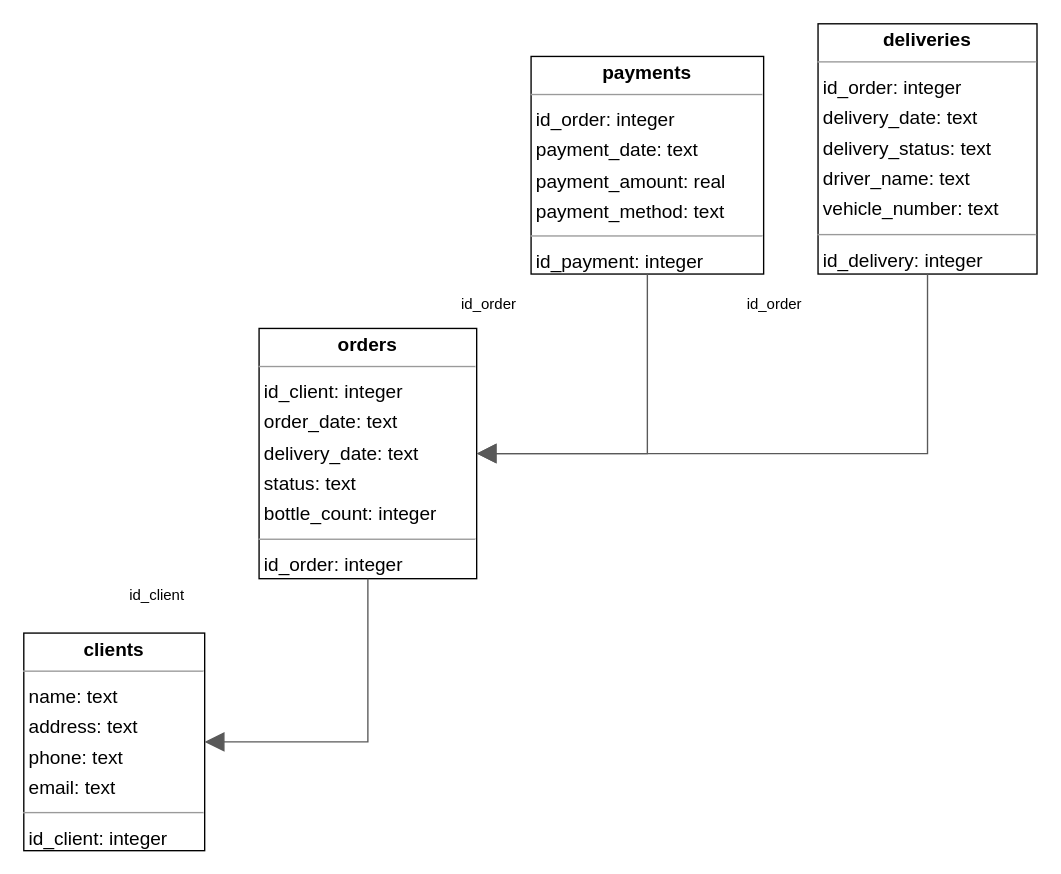
Earlier version of the draw.io diagram emil_datalogical_model.drawio (knorke102/schemes). Source tidied: cells renumbered, new cells numbered last; positions are measured from the earlier drawing's top-left corner, leaving out a move shared by most shapes. Both pictures are drawn from the tidied source at 136%, with x=0, y=0 at pixel (23, 23).
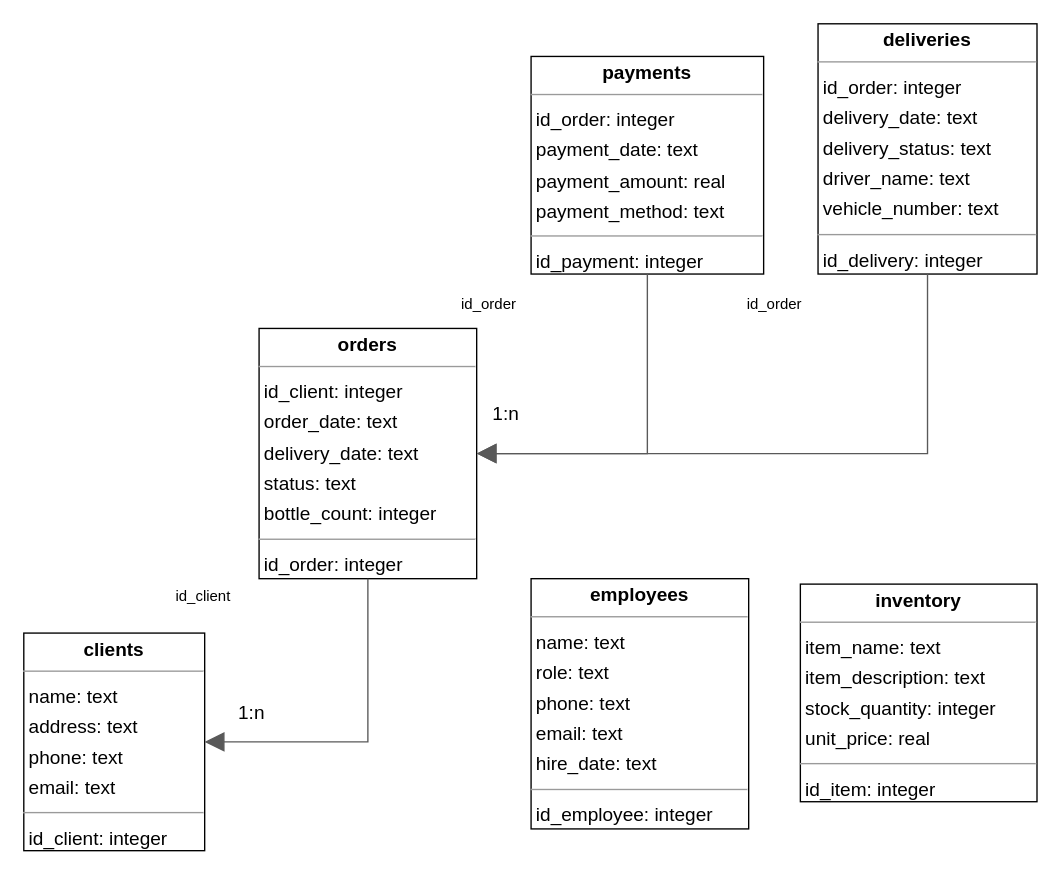
The same page after the edit.

Diff of the diagram source:
```diff
@@
 <mxGraphModel>
   <root>
     <mxCell id="0" />
     <mxCell id="1" parent="0" />
     <mxCell id="2" value="&lt;p style=&quot;margin:0px;margin-top:4px;text-align:center;&quot;&gt;&lt;b&gt;clients&lt;/b&gt;&lt;/p&gt;&lt;hr size=&quot;1&quot;/&gt;&lt;p style=&quot;margin:0 0 0 4px;line-height:1.6;&quot;&gt; name: text&lt;br/&gt; address: text&lt;br/&gt; phone: text&lt;br/&gt; email: text&lt;/p&gt;&lt;hr size=&quot;1&quot;/&gt;&lt;p style=&quot;margin:0 0 0 4px;line-height:1.6;&quot;&gt; id_client: integer&lt;/p&gt;" style="verticalAlign=top;align=left;overflow=fill;fontSize=14;fontFamily=Helvetica;html=1;rounded=0;shadow=0;comic=0;labelBackgroundColor=none;strokeWidth=1;" parent="1" vertex="1">
       <mxGeometry y="448" width="133" height="160" as="geometry" />
     </mxCell>
     <mxCell id="3" value="&lt;p style=&quot;margin:0px;margin-top:4px;text-align:center;&quot;&gt;&lt;b&gt;deliveries&lt;/b&gt;&lt;/p&gt;&lt;hr size=&quot;1&quot;/&gt;&lt;p style=&quot;margin:0 0 0 4px;line-height:1.6;&quot;&gt; id_order: integer&lt;br/&gt; delivery_date: text&lt;br/&gt; delivery_status: text&lt;br/&gt; driver_name: text&lt;br/&gt; vehicle_number: text&lt;/p&gt;&lt;hr size=&quot;1&quot;/&gt;&lt;p style=&quot;margin:0 0 0 4px;line-height:1.6;&quot;&gt; id_delivery: integer&lt;/p&gt;" style="verticalAlign=top;align=left;overflow=fill;fontSize=14;fontFamily=Helvetica;html=1;rounded=0;shadow=0;comic=0;labelBackgroundColor=none;strokeWidth=1;" parent="1" vertex="1">
       <mxGeometry x="584" width="161" height="184" as="geometry" />
     </mxCell>
     <mxCell id="4" value="&lt;p style=&quot;margin:0px;margin-top:4px;text-align:center;&quot;&gt;&lt;b&gt;orders&lt;/b&gt;&lt;/p&gt;&lt;hr size=&quot;1&quot;/&gt;&lt;p style=&quot;margin:0 0 0 4px;line-height:1.6;&quot;&gt; id_client: integer&lt;br/&gt; order_date: text&lt;br/&gt; delivery_date: text&lt;br/&gt; status: text&lt;br/&gt; bottle_count: integer&lt;/p&gt;&lt;hr size=&quot;1&quot;/&gt;&lt;p style=&quot;margin:0 0 0 4px;line-height:1.6;&quot;&gt; id_order: integer&lt;/p&gt;" style="verticalAlign=top;align=left;overflow=fill;fontSize=14;fontFamily=Helvetica;html=1;rounded=0;shadow=0;comic=0;labelBackgroundColor=none;strokeWidth=1;" parent="1" vertex="1">
       <mxGeometry x="173" y="224" width="160" height="184" as="geometry" />
     </mxCell>
     <mxCell id="5" value="&lt;p style=&quot;margin:0px;margin-top:4px;text-align:center;&quot;&gt;&lt;b&gt;payments&lt;/b&gt;&lt;/p&gt;&lt;hr size=&quot;1&quot;/&gt;&lt;p style=&quot;margin:0 0 0 4px;line-height:1.6;&quot;&gt; id_order: integer&lt;br/&gt; payment_date: text&lt;br/&gt; payment_amount: real&lt;br/&gt; payment_method: text&lt;/p&gt;&lt;hr size=&quot;1&quot;/&gt;&lt;p style=&quot;margin:0 0 0 4px;line-height:1.6;&quot;&gt; id_payment: integer&lt;/p&gt;" style="verticalAlign=top;align=left;overflow=fill;fontSize=14;fontFamily=Helvetica;html=1;rounded=0;shadow=0;comic=0;labelBackgroundColor=none;strokeWidth=1;" parent="1" vertex="1">
       <mxGeometry x="373" y="24" width="171" height="160" as="geometry" />
     </mxCell>
     <mxCell id="6" style="html=1;rounded=0;edgeStyle=orthogonalEdgeStyle;dashed=0;startArrow=none;endArrow=block;endSize=12;strokeColor=#595959;exitX=0.500;exitY=1.000;exitDx=0;exitDy=0;entryX=1.000;entryY=0.500;entryDx=0;entryDy=0;" parent="1" edge="1" source="3" target="4">
       <mxGeometry relative="1" as="geometry">
         <Array as="points">
           <mxPoint x="665" y="316" />
         </Array>
       </mxGeometry>
     </mxCell>
     <mxCell id="7" value="id_order" style="edgeLabel;html=1;align=left;verticalAlign=top;strokeColor=default;" parent="6" vertex="1">
       <mxGeometry x="530" y="193" as="geometry" />
     </mxCell>
     <mxCell id="8" style="html=1;rounded=0;edgeStyle=orthogonalEdgeStyle;dashed=0;startArrow=none;endArrow=block;endSize=12;strokeColor=#595959;exitX=0.500;exitY=1.000;exitDx=0;exitDy=0;entryX=1.000;entryY=0.500;entryDx=0;entryDy=0;" parent="1" edge="1" source="4" target="2">
       <mxGeometry relative="1" as="geometry">
         <Array as="points">
           <mxPoint x="253" y="528" />
         </Array>
       </mxGeometry>
     </mxCell>
     <mxCell id="9" value="id_client" style="edgeLabel;html=1;align=left;verticalAlign=top;strokeColor=default;" parent="8" vertex="1">
-      <mxGeometry x="76" y="407" as="geometry" />
+      <mxGeometry x="110" y="408" as="geometry" />
     </mxCell>
     <mxCell id="10" style="html=1;rounded=0;edgeStyle=orthogonalEdgeStyle;dashed=0;startArrow=none;endArrow=block;endSize=12;strokeColor=#595959;exitX=0.500;exitY=1.000;exitDx=0;exitDy=0;entryX=1.000;entryY=0.500;entryDx=0;entryDy=0;" parent="1" edge="1" source="5" target="4">
       <mxGeometry relative="1" as="geometry">
         <Array as="points">
           <mxPoint x="459" y="316" />
         </Array>
       </mxGeometry>
     </mxCell>
     <mxCell id="11" value="id_order" style="edgeLabel;html=1;align=left;verticalAlign=top;strokeColor=default;" parent="10" vertex="1">
       <mxGeometry x="320" y="193" as="geometry" />
     </mxCell>
+    <mxCell id="12" value="&lt;p style=&quot;margin:0px;margin-top:4px;text-align:center;&quot;&gt;&lt;b&gt;employees&lt;/b&gt;&lt;/p&gt;&lt;hr size=&quot;1&quot;/&gt;&lt;p style=&quot;margin:0 0 0 4px;line-height:1.6;&quot;&gt; name: text&lt;br/&gt; role: text&lt;br/&gt; phone: text&lt;br/&gt; email: text&lt;br/&gt; hire_date: text&lt;/p&gt;&lt;hr size=&quot;1&quot;/&gt;&lt;p style=&quot;margin:0 0 0 4px;line-height:1.6;&quot;&gt; id_employee: integer&lt;/p&gt;" style="verticalAlign=top;align=left;overflow=fill;fontSize=14;fontFamily=Helvetica;html=1;rounded=0;shadow=0;comic=0;labelBackgroundColor=none;strokeWidth=1;" parent="1" vertex="1">
+      <mxGeometry x="373" y="408" width="160" height="184" as="geometry" />
+    </mxCell>
+    <mxCell id="13" value="&lt;p style=&quot;margin:0px;margin-top:4px;text-align:center;&quot;&gt;&lt;b&gt;inventory&lt;/b&gt;&lt;/p&gt;&lt;hr size=&quot;1&quot;/&gt;&lt;p style=&quot;margin:0 0 0 4px;line-height:1.6;&quot;&gt; item_name: text&lt;br/&gt; item_description: text&lt;br/&gt; stock_quantity: integer&lt;br/&gt; unit_price: real&lt;/p&gt;&lt;hr size=&quot;1&quot;/&gt;&lt;p style=&quot;margin:0 0 0 4px;line-height:1.6;&quot;&gt; id_item: integer&lt;/p&gt;" style="verticalAlign=top;align=left;overflow=fill;fontSize=14;fontFamily=Helvetica;html=1;rounded=0;shadow=0;comic=0;labelBackgroundColor=none;strokeWidth=1;" parent="1" vertex="1">
+      <mxGeometry x="571" y="412" width="174" height="160" as="geometry" />
+    </mxCell>
+    <mxCell id="14" value="&lt;span style=&quot;color: rgb(0, 0, 0); font-family: Helvetica; font-size: 14px; font-style: normal; font-variant-ligatures: normal; font-variant-caps: normal; font-weight: 400; letter-spacing: normal; orphans: 2; text-align: left; text-indent: 0px; text-transform: none; widows: 2; word-spacing: 0px; -webkit-text-stroke-width: 0px; white-space: nowrap; background-color: rgb(255, 255, 255); text-decoration-thickness: initial; text-decoration-style: initial; text-decoration-color: initial; float: none; display: inline !important;&quot;&gt;1:n&lt;/span&gt;" style="text;whiteSpace=wrap;html=1;" parent="1" vertex="1">
+      <mxGeometry x="156" y="492" width="30" height="30" as="geometry" />
+    </mxCell>
+    <mxCell id="15" value="&lt;span style=&quot;color: rgb(0, 0, 0); font-family: Helvetica; font-size: 14px; font-style: normal; font-variant-ligatures: normal; font-variant-caps: normal; font-weight: 400; letter-spacing: normal; orphans: 2; text-align: left; text-indent: 0px; text-transform: none; widows: 2; word-spacing: 0px; -webkit-text-stroke-width: 0px; white-space: nowrap; background-color: rgb(255, 255, 255); text-decoration-thickness: initial; text-decoration-style: initial; text-decoration-color: initial; float: none; display: inline !important;&quot;&gt;1:n&lt;/span&gt;" style="text;whiteSpace=wrap;html=1;" parent="1" vertex="1">
+      <mxGeometry x="343" y="272" width="30" height="30" as="geometry" />
+    </mxCell>
   </root>
 </mxGraphModel>
```
